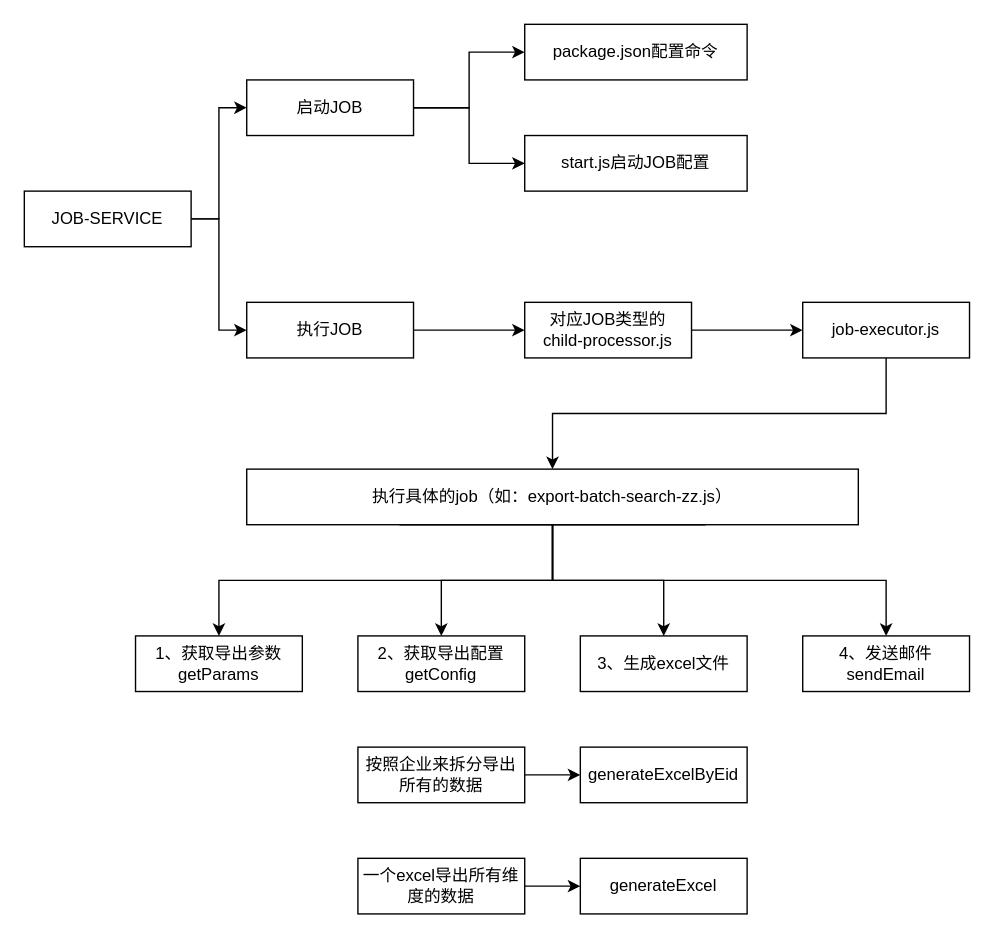
This is Untitled Diagram.drawio from ygs1990/Alerts, a draw.io file, before an edit. Source tidied: cells renumbered, new cells numbered last; positions are measured from the earlier drawing's top-left corner, leaving out a move shared by most shapes. Both pictures are drawn from the tidied source at 139%, with x=0, y=0 at pixel (24, 24).
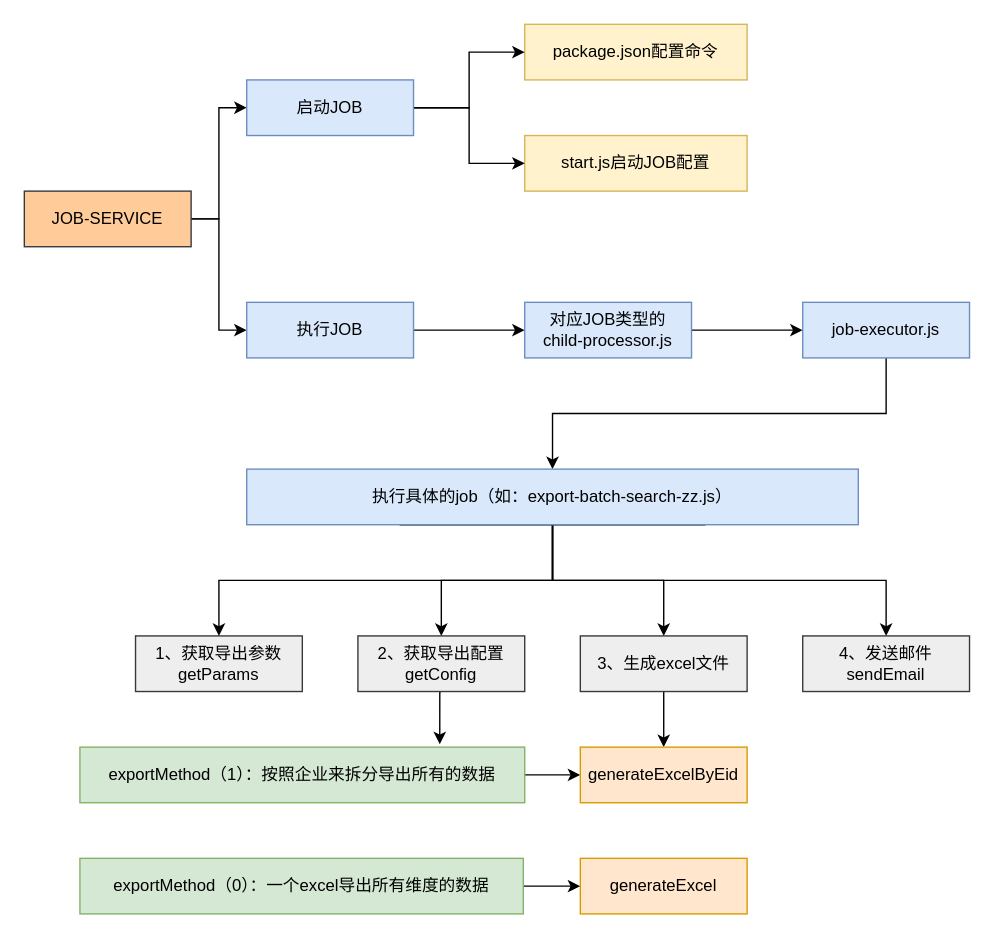
The same diagram, later.

What changed in the source:
```diff
@@
-    <mxCell id="4" value="JOB-SERVICE" style="rounded=0;whiteSpace=wrap;html=1;" parent="1" vertex="1">
+    <mxCell id="4" value="JOB-SERVICE" style="rounded=0;whiteSpace=wrap;html=1;fillColor=#ffcc99;strokeColor=#36393d;" parent="1" vertex="1">
       <mxGeometry y="120" width="120" height="40" as="geometry" />
     </mxCell>
-    <mxCell id="5" value="start.js启动JOB配置" style="rounded=0;whiteSpace=wrap;html=1;" parent="1" vertex="1">
+    <mxCell id="5" value="start.js启动JOB配置" style="rounded=0;whiteSpace=wrap;html=1;fillColor=#fff2cc;strokeColor=#d6b656;" parent="1" vertex="1">
       <mxGeometry x="360" y="80" width="160" height="40" as="geometry" />
     </mxCell>
-    <mxCell id="6" value="package.json配置命令" style="rounded=0;whiteSpace=wrap;html=1;" parent="1" vertex="1">
+    <mxCell id="6" value="package.json配置命令" style="rounded=0;whiteSpace=wrap;html=1;fillColor=#fff2cc;strokeColor=#d6b656;" parent="1" vertex="1">
       <mxGeometry x="360" width="160" height="40" as="geometry" />
     </mxCell>
@@
-    <mxCell id="8" value="执行JOB" style="rounded=0;whiteSpace=wrap;html=1;" parent="1" vertex="1">
+    <mxCell id="8" value="执行JOB" style="rounded=0;whiteSpace=wrap;html=1;fillColor=#dae8fc;strokeColor=#6c8ebf;" parent="1" vertex="1">
       <mxGeometry x="160" y="200" width="120" height="40" as="geometry" />
     </mxCell>
@@
-    <mxCell id="11" value="启动JOB" style="rounded=0;whiteSpace=wrap;html=1;" parent="1" vertex="1">
+    <mxCell id="11" value="启动JOB" style="rounded=0;whiteSpace=wrap;html=1;fillColor=#dae8fc;strokeColor=#6c8ebf;" parent="1" vertex="1">
       <mxGeometry x="160" y="40" width="120" height="40" as="geometry" />
     </mxCell>
@@
-    <mxCell id="13" value="对应JOB类型的&lt;br&gt;child-processor.js" style="rounded=0;whiteSpace=wrap;html=1;" parent="1" vertex="1">
+    <mxCell id="13" value="对应JOB类型的&lt;br&gt;child-processor.js" style="rounded=0;whiteSpace=wrap;html=1;fillColor=#dae8fc;strokeColor=#6c8ebf;" parent="1" vertex="1">
       <mxGeometry x="360" y="200" width="120" height="40" as="geometry" />
     </mxCell>
@@
-    <mxCell id="15" value="job-executor.js" style="rounded=0;whiteSpace=wrap;html=1;" parent="1" vertex="1">
+    <mxCell id="15" value="job-executor.js" style="rounded=0;whiteSpace=wrap;html=1;fillColor=#dae8fc;strokeColor=#6c8ebf;" parent="1" vertex="1">
       <mxGeometry x="560" y="200" width="120" height="40" as="geometry" />
     </mxCell>
@@
-    <mxCell id="20" value="执行具体的job（如：export-batch-search-zz.js）" style="rounded=0;whiteSpace=wrap;html=1;" parent="1" vertex="1">
+    <mxCell id="20" value="执行具体的job（如：export-batch-search-zz.js）" style="rounded=0;whiteSpace=wrap;html=1;fillColor=#dae8fc;strokeColor=#6c8ebf;" parent="1" vertex="1">
       <mxGeometry x="160" y="320" width="440" height="40" as="geometry" />
     </mxCell>
-    <mxCell id="21" value="1、获取导出参数&lt;br&gt;getParams" style="rounded=0;whiteSpace=wrap;html=1;" parent="1" vertex="1">
+    <mxCell id="21" value="1、获取导出参数&lt;br&gt;getParams" style="rounded=0;whiteSpace=wrap;html=1;fillColor=#eeeeee;strokeColor=#36393d;" parent="1" vertex="1">
       <mxGeometry x="80" y="440" width="120" height="40" as="geometry" />
     </mxCell>
+    <mxCell id="31" style="edgeStyle=orthogonalEdgeStyle;rounded=0;jettySize=auto;html=1;exitX=0.5;exitY=1;exitDx=0;exitDy=0;entryX=0.809;entryY=-0.05;entryDx=0;entryDy=0;entryPerimeter=0;" parent="1" edge="1" source="22" target="26">
+      <mxGeometry relative="1" as="geometry" />
+    </mxCell>
-    <mxCell id="22" value="2、获取导出配置&lt;br&gt;getConfig" style="rounded=0;whiteSpace=wrap;html=1;" parent="1" vertex="1">
+    <mxCell id="22" value="2、获取导出配置&lt;br&gt;getConfig" style="rounded=0;whiteSpace=wrap;html=1;fillColor=#eeeeee;strokeColor=#36393d;" parent="1" vertex="1">
       <mxGeometry x="240" y="440" width="120" height="40" as="geometry" />
     </mxCell>
+    <mxCell id="32" style="edgeStyle=orthogonalEdgeStyle;rounded=0;jettySize=auto;html=1;" parent="1" edge="1" source="23" target="29">
+      <mxGeometry relative="1" as="geometry" />
+    </mxCell>
-    <mxCell id="23" value="3、生成excel文件" style="rounded=0;whiteSpace=wrap;html=1;" parent="1" vertex="1">
+    <mxCell id="23" value="3、生成excel文件" style="rounded=0;whiteSpace=wrap;html=1;fillColor=#eeeeee;strokeColor=#36393d;" parent="1" vertex="1">
       <mxGeometry x="400" y="440" width="120" height="40" as="geometry" />
     </mxCell>
-    <mxCell id="24" value="4、发送邮件&lt;br&gt;sendEmail" style="rounded=0;whiteSpace=wrap;html=1;" parent="1" vertex="1">
+    <mxCell id="24" value="4、发送邮件&lt;br&gt;sendEmail" style="rounded=0;whiteSpace=wrap;html=1;fillColor=#eeeeee;strokeColor=#36393d;" parent="1" vertex="1">
       <mxGeometry x="560" y="440" width="120" height="40" as="geometry" />
     </mxCell>
@@
-    <mxCell id="26" value="按照企业来拆分导出所有的数据" style="rounded=0;whiteSpace=wrap;html=1;" parent="1" vertex="1">
-      <mxGeometry x="240" y="520" width="120" height="40" as="geometry" />
+    <mxCell id="26" value="exportMethod（1）：按照企业来拆分导出所有的数据" style="rounded=0;whiteSpace=wrap;html=1;fillColor=#d5e8d4;strokeColor=#82b366;" parent="1" vertex="1">
+      <mxGeometry x="40" y="520" width="320" height="40" as="geometry" />
     </mxCell>
@@
-    <mxCell id="28" value="一个excel导出所有维度的数据" style="rounded=0;whiteSpace=wrap;html=1;" parent="1" vertex="1">
-      <mxGeometry x="240" y="600" width="120" height="40" as="geometry" />
+    <mxCell id="28" value="exportMethod（0）：一个excel导出所有维度的数据" style="rounded=0;whiteSpace=wrap;html=1;fillColor=#d5e8d4;strokeColor=#82b366;" parent="1" vertex="1">
+      <mxGeometry x="40" y="600" width="319" height="40" as="geometry" />
     </mxCell>
-    <mxCell id="29" value="generateExcelByEid" style="rounded=0;whiteSpace=wrap;html=1;" parent="1" vertex="1">
+    <mxCell id="29" value="generateExcelByEid" style="rounded=0;whiteSpace=wrap;html=1;fillColor=#ffe6cc;strokeColor=#d79b00;" parent="1" vertex="1">
       <mxGeometry x="400" y="520" width="120" height="40" as="geometry" />
     </mxCell>
-    <mxCell id="30" value="generateExcel" style="rounded=0;whiteSpace=wrap;html=1;" parent="1" vertex="1">
+    <mxCell id="30" value="generateExcel" style="rounded=0;whiteSpace=wrap;html=1;fillColor=#ffe6cc;strokeColor=#d79b00;" parent="1" vertex="1">
       <mxGeometry x="400" y="600" width="120" height="40" as="geometry" />
     </mxCell>
```
